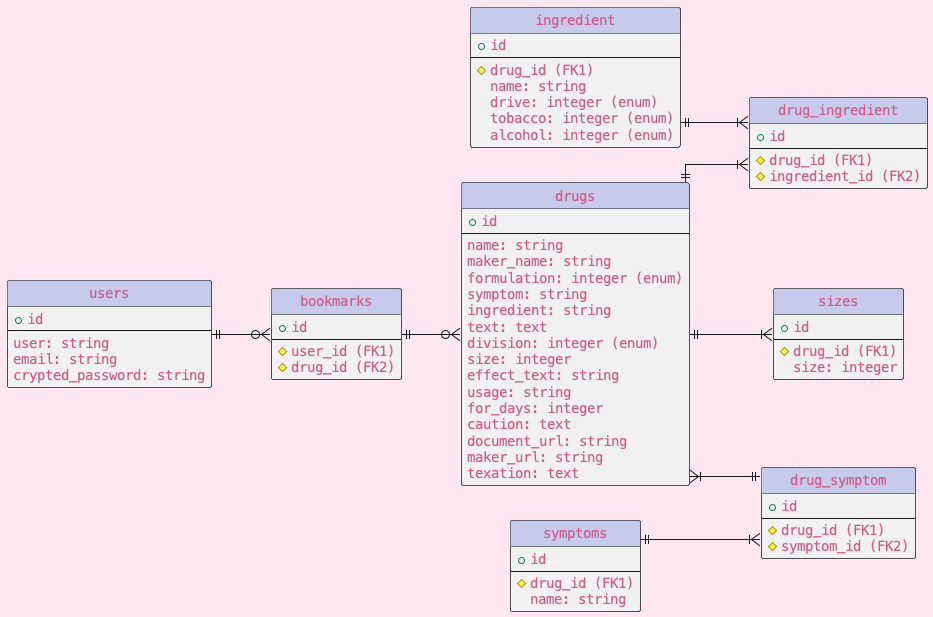
Above: out/@startuml/@startuml.png in CarbazochromeT/drug_app (PlantUML), before the change.
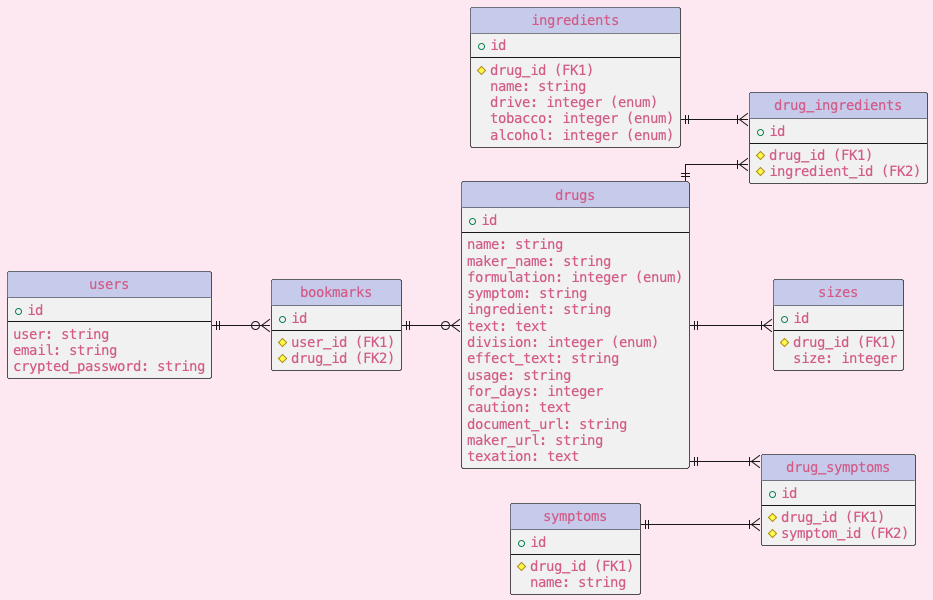
The same file after the commit.

Commit message:
テーブル名の修正

What changed in the source:
```diff
@@ -21,7 +21,6 @@
 ingredient: string
 text: text
 division: integer (enum)
-size: integer
 effect_text: string
 usage: string
 for_days: integer
@@ -31,7 +30,7 @@
 texation: text
 }
 
-entity "ingredient" as e02 {
+entity "ingredients" as e02 {
 + id
 --
 # drug_id (FK1)
@@ -41,7 +40,7 @@
 alcohol: integer (enum)
 }
 
-entity "drug_ingredient" as e08 {
+entity "drug_ingredients" as e08 {
 + id
 --
 # drug_id (FK1)
@@ -55,7 +54,7 @@
 name: string
 }
 
-entity "drug_symptom" as e09 {
+entity "drug_symptoms" as e09 {
 + id
 --
 # drug_id (FK1)
@@ -89,7 +88,7 @@
 
 e01 ||--|{ e08
 e02 ||--|{ e08
-e01 }|--|| e09
+e01 ||--|{ e09
 e03 ||--|{ e09
 e01 ||--|{ e05
 e06 ||--o{ e07
```
